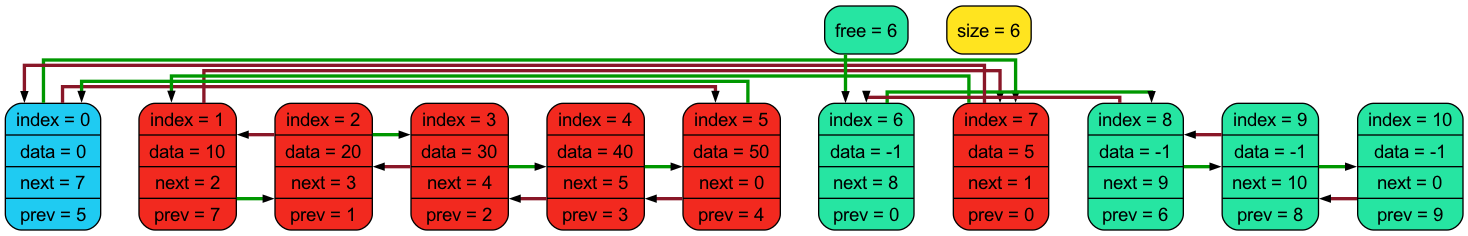
Before: dump.png, a diagram exported from Graphviz (livlavr/Linked-list). Its source is kept beside it as dump.dot.
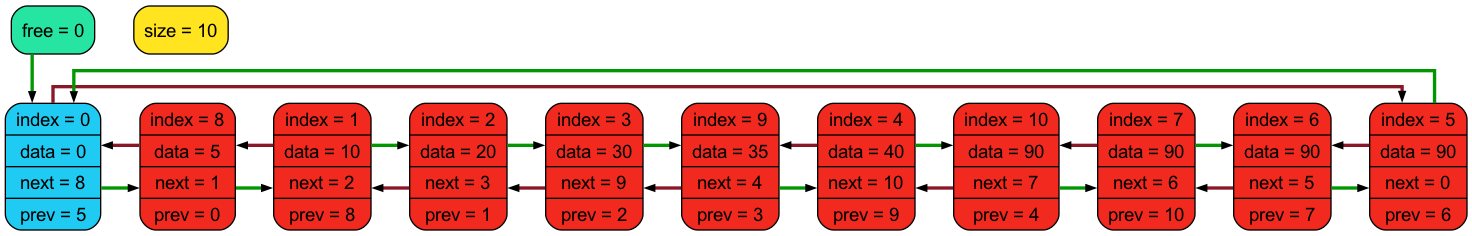
After the commit.

Diff of the diagram source:
```diff
@@ -3,46 +3,43 @@
 rankdir=HR;
 nodesep=0.4;
 node [shape=record, fontname="Arial"];
-edge [style=bold, color="#009700:black;0.001", weight=0, penwidth=2.5, arrowsize=0.4];
-0 [style = "filled, rounded", fillcolor="#1fcbf2", label=" {index = 0 | data = 0 | next = 7 | prev = 5}" ];
-1 [style = "filled, rounded", fillcolor="#f2291f", label=" {index = 1 | data = 10 | next = 2 | prev = 7}" ];
+edge [style=bold, color="#009700:black;0.001", weight=10, penwidth=2.5, arrowsize=0.4];
+0 [style = "filled, rounded", fillcolor="#1fcbf2", label=" {index = 0 | data = 0 | next = 8 | prev = 5}" ];
+1 [style = "filled, rounded", fillcolor="#f2291f", label=" {index = 1 | data = 10 | next = 2 | prev = 8}" ];
 2 [style = "filled, rounded", fillcolor="#f2291f", label=" {index = 2 | data = 20 | next = 3 | prev = 1}" ];
-3 [style = "filled, rounded", fillcolor="#f2291f", label=" {index = 3 | data = 30 | next = 4 | prev = 2}" ];
-4 [style = "filled, rounded", fillcolor="#f2291f", label=" {index = 4 | data = 40 | next = 5 | prev = 3}" ];
-5 [style = "filled, rounded", fillcolor="#f2291f", label=" {index = 5 | data = 50 | next = 0 | prev = 4}" ];
-6 [style = "filled, rounded", fillcolor="#f2291f", label=" {index = 6 | data = -1 | next = 8 | prev = 0}" ];
-7 [style = "filled, rounded", fillcolor="#f2291f", label=" {index = 7 | data = 5 | next = 1 | prev = 0}" ];
-8 [style = "filled, rounded", fillcolor="#f2291f", label=" {index = 8 | data = -1 | next = 9 | prev = 6}" ];
-9 [style = "filled, rounded", fillcolor="#f2291f", label=" {index = 9 | data = -1 | next = 10 | prev = 8}" ];
-10 [style = "filled, rounded", fillcolor="#f2291f", label=" {index = 10 | data = -1 | next = 0 | prev = 9}" ];
-size [style = "filled, rounded", fillcolor="#ffe41f", label=" {size = 6}" ];
-free [style = "filled, rounded", fillcolor="#26e5a2", label="free = 6" ];
-6 [style = "filled, rounded", fillcolor="#26e5a2"];
-8 [style = "filled, rounded", fillcolor="#26e5a2"];
-9 [style = "filled, rounded", fillcolor="#26e5a2"];
-10 [style = "filled, rounded", fillcolor="#26e5a2"];
+3 [style = "filled, rounded", fillcolor="#f2291f", label=" {index = 3 | data = 30 | next = 9 | prev = 2}" ];
+4 [style = "filled, rounded", fillcolor="#f2291f", label=" {index = 4 | data = 40 | next = 10 | prev = 9}" ];
+5 [style = "filled, rounded", fillcolor="#f2291f", label=" {index = 5 | data = 90 | next = 0 | prev = 6}" ];
+6 [style = "filled, rounded", fillcolor="#f2291f", label=" {index = 6 | data = 90 | next = 5 | prev = 7}" ];
+7 [style = "filled, rounded", fillcolor="#f2291f", label=" {index = 7 | data = 90 | next = 6 | prev = 10}" ];
+8 [style = "filled, rounded", fillcolor="#f2291f", label=" {index = 8 | data = 5 | next = 1 | prev = 0}" ];
+9 [style = "filled, rounded", fillcolor="#f2291f", label=" {index = 9 | data = 35 | next = 4 | prev = 3}" ];
+10 [style = "filled, rounded", fillcolor="#f2291f", label=" {index = 10 | data = 90 | next = 7 | prev = 4}" ];
+size [style = "filled, rounded", fillcolor="#ffe41f", label=" {size = 10}" ];
+free [style = "filled, rounded", fillcolor="#26e5a2", label="free = 0" ];
 { rank = same; 0; 1; 2; 3; 4; 5; 6; 7; 8; 9; 10; }
-0->1->2->3->4->5->6->7->8->9->10 [style=bold, weight=10, style=invis];
-free->6;
+free->0;
 1->2;
 2->3;
-3->4;
-4->5;
-6->8;
-7->1;
-8->9;
-9->10;
-0->7;
+3->9;
+4->10;
+6->5;
+7->6;
+8->1;
+9->4;
+10->7;
+0->8;
 5->0;
 edge [style=bold, color="#891728:black;0.001", weight=0, penwidth=2.5, arrowsize=0.4];
-1->7;
+0->5;
+5->6;
+6->7;
+7->10;
+10->4;
+4->9;
+9->3;
+3->2;
 2->1;
-3->2;
-4->3;
-5->4;
-8->6;
-9->8;
-10->9;
-0->5;
-7->0;
+1->8;
+8->0;
 }
```
